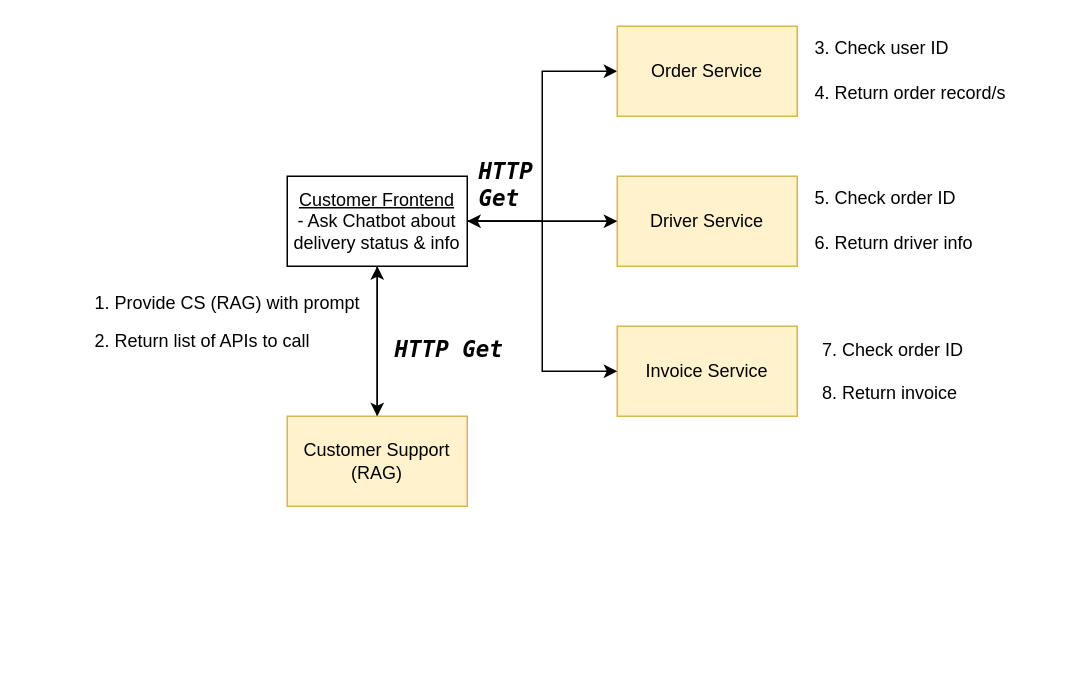
darkliyznyanlin910/esd-2425T2 keeps this draw.io diagram as diagrams/Scenario4.drawio. Above is the earlier version. Source tidied: cells renumbered, new cells numbered last; positions are measured from the earlier drawing's top-left corner, leaving out a move shared by most shapes. Both pictures are drawn from the tidied source at 150%, with x=0, y=0 at pixel (92, 26).
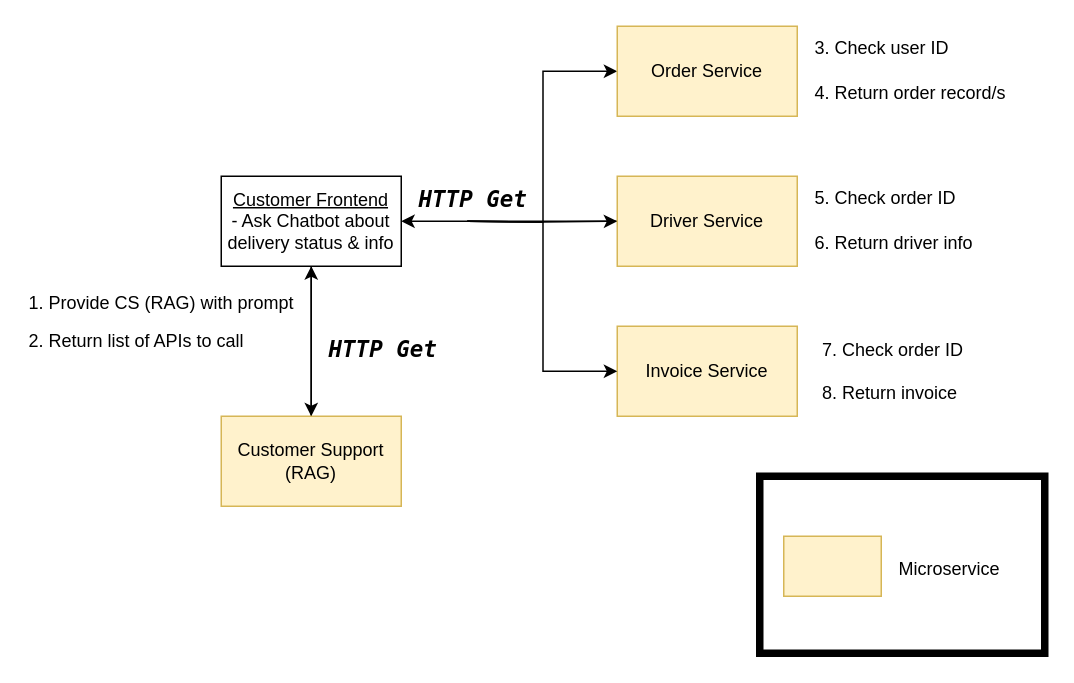
Above is the later version.

Unchanged cells that the change refers to:
```xml
<mxCell id="9" value="Order Service" style="rounded=0;whiteSpace=wrap;html=1;fillColor=#fff2cc;strokeColor=#d6b656;" parent="1" vertex="1">
  <mxGeometry x="350" width="120" height="60" as="geometry" />
</mxCell>
<mxCell id="11" value="Driver Service" style="rounded=0;whiteSpace=wrap;html=1;fillColor=#fff2cc;strokeColor=#d6b656;" parent="1" vertex="1">
  <mxGeometry x="350" y="100" width="120" height="60" as="geometry" />
</mxCell>
<mxCell id="18" value="Invoice Service" style="rounded=0;whiteSpace=wrap;html=1;fillColor=#fff2cc;strokeColor=#d6b656;" parent="1" vertex="1">
  <mxGeometry x="350" y="200" width="120" height="60" as="geometry" />
</mxCell>
```

Change to the diagram source:
```diff
@@
-    <mxCell id="2" style="edgeStyle=orthogonalEdgeStyle;rounded=0;jettySize=auto;html=1;exitX=1;exitY=0.5;exitDx=0;exitDy=0;entryX=0;entryY=0.5;entryDx=0;entryDy=0;" parent="1" edge="1" source="5" target="9">
-      <mxGeometry relative="1" as="geometry" />
+    <mxCell id="2" style="edgeStyle=orthogonalEdgeStyle;rounded=0;jettySize=auto;html=1;exitX=1;exitY=0.5;exitDx=0;exitDy=0;entryX=0;entryY=0.5;entryDx=0;entryDy=0;" parent="1" edge="1" target="9">
+      <mxGeometry relative="1" as="geometry">
+        <mxPoint x="250" y="130" as="sourcePoint" />
+      </mxGeometry>
     </mxCell>
-    <mxCell id="3" style="edgeStyle=orthogonalEdgeStyle;rounded=0;jettySize=auto;html=1;exitX=1;exitY=0.5;exitDx=0;exitDy=0;entryX=0;entryY=0.5;entryDx=0;entryDy=0;" parent="1" edge="1" source="5" target="11">
-      <mxGeometry relative="1" as="geometry" />
+    <mxCell id="3" style="edgeStyle=orthogonalEdgeStyle;rounded=0;jettySize=auto;html=1;exitX=1;exitY=0.5;exitDx=0;exitDy=0;entryX=0;entryY=0.5;entryDx=0;entryDy=0;" parent="1" edge="1" target="11">
+      <mxGeometry relative="1" as="geometry">
+        <mxPoint x="250" y="130" as="sourcePoint" />
+      </mxGeometry>
     </mxCell>
@@
     <mxCell id="5" value="&lt;u&gt;&lt;font color=&quot;#000000&quot;&gt;Customer Frontend&lt;/font&gt;&lt;br&gt;&lt;/u&gt;&lt;span style=&quot;background-color: transparent; color: light-dark(rgb(0, 0, 0), rgb(255, 255, 255));&quot;&gt;- Ask Chatbot about delivery status &amp;amp; info&lt;/span&gt;" style="rounded=0;whiteSpace=wrap;html=1;align=center;" parent="1" vertex="1">
-      <mxGeometry x="130" y="100" width="120" height="60" as="geometry" />
+      <mxGeometry x="86" y="100" width="120" height="60" as="geometry" />
     </mxCell>
@@
     <mxCell id="8" value="Customer Support (RAG)" style="rounded=0;whiteSpace=wrap;html=1;fillColor=#fff2cc;strokeColor=#d6b656;" parent="1" vertex="1">
-      <mxGeometry x="130" y="260" width="120" height="60" as="geometry" />
+      <mxGeometry x="86" y="260" width="120" height="60" as="geometry" />
     </mxCell>
@@
-    <mxCell id="10" style="edgeStyle=none;html=1;exitX=0;exitY=0.5;exitDx=0;exitDy=0;" parent="1" edge="1" source="11">
-      <mxGeometry relative="1" as="geometry">
-        <mxPoint x="250" y="130" as="targetPoint" />
-      </mxGeometry>
+    <mxCell id="10" style="edgeStyle=none;html=1;exitX=0;exitY=0.5;exitDx=0;exitDy=0;" parent="1" edge="1" source="11" target="5">
+      <mxGeometry relative="1" as="geometry" />
     </mxCell>
@@
     <mxCell id="12" value="&lt;span style=&quot;background-color: transparent; color: light-dark(rgb(0, 0, 0), rgb(255, 255, 255));&quot;&gt;1. Provide CS (RAG) with prompt&lt;/span&gt;" style="text;html=1;align=left;verticalAlign=middle;strokeColor=none;fillColor=none;" parent="1" vertex="1">
-      <mxGeometry y="170" width="200" height="30" as="geometry" />
+      <mxGeometry x="-44" y="170" width="200" height="30" as="geometry" />
     </mxCell>
@@
     <mxCell id="17" value="&lt;span style=&quot;background-color: transparent; color: light-dark(rgb(0, 0, 0), rgb(255, 255, 255));&quot;&gt;2. Return list of APIs to call&lt;/span&gt;" style="text;html=1;align=left;verticalAlign=middle;strokeColor=none;fillColor=none;" parent="1" vertex="1">
-      <mxGeometry y="195" width="170" height="30" as="geometry" />
+      <mxGeometry x="-44" y="195" width="170" height="30" as="geometry" />
     </mxCell>
@@
-    <mxCell id="20" style="edgeStyle=orthogonalEdgeStyle;rounded=0;jettySize=auto;html=1;exitX=1;exitY=0.5;exitDx=0;exitDy=0;entryX=0;entryY=0.5;entryDx=0;entryDy=0;" parent="1" edge="1" source="5" target="18">
-      <mxGeometry relative="1" as="geometry" />
+    <mxCell id="20" style="edgeStyle=orthogonalEdgeStyle;rounded=0;jettySize=auto;html=1;exitX=1;exitY=0.5;exitDx=0;exitDy=0;entryX=0;entryY=0.5;entryDx=0;entryDy=0;" parent="1" edge="1" target="18">
+      <mxGeometry relative="1" as="geometry">
+        <mxPoint x="250" y="130" as="sourcePoint" />
+      </mxGeometry>
     </mxCell>
     <mxCell id="21" value="&lt;h5&gt;&lt;font style=&quot;font-size: 15px;&quot; face=&quot;Lucida Console&quot;&gt;&lt;i&gt;HTTP Get&lt;/i&gt;&lt;/font&gt;&lt;/h5&gt;" style="text;html=1;align=left;verticalAlign=middle;whiteSpace=wrap;rounded=0;" parent="1" vertex="1">
-      <mxGeometry x="200" y="200" width="100" height="30" as="geometry" />
+      <mxGeometry x="156" y="200" width="100" height="30" as="geometry" />
     </mxCell>
     <mxCell id="22" value="&lt;h5&gt;&lt;font style=&quot;font-size: 15px;&quot; face=&quot;Lucida Console&quot;&gt;&lt;i&gt;HTTP Get&lt;/i&gt;&lt;/font&gt;&lt;/h5&gt;" style="text;html=1;align=left;verticalAlign=middle;whiteSpace=wrap;rounded=0;" parent="1" vertex="1">
-      <mxGeometry x="256" y="90" width="20" height="30" as="geometry" />
+      <mxGeometry x="216" y="100" width="100" height="30" as="geometry" />
     </mxCell>
+    <mxCell id="23" style="rounded=0;whiteSpace=wrap;html=1;strokeWidth=5;perimeterSpacing=6;" parent="1" vertex="1">
+      <mxGeometry x="445" y="300" width="190" height="118" as="geometry" />
+    </mxCell>
+    <mxCell id="24" style="rounded=0;whiteSpace=wrap;html=1;fillColor=#fff2cc;strokeColor=#d6b656;" parent="1" vertex="1">
+      <mxGeometry x="461" y="340" width="65" height="40" as="geometry" />
+    </mxCell>
+    <mxCell id="25" value="Microservice" style="text;whiteSpace=wrap;align=left;fontColor=#000000;labelBackgroundColor=none;" parent="1" vertex="1">
+      <mxGeometry x="535.5" y="347.8" width="73" height="24.5" as="geometry" />
+    </mxCell>
```
